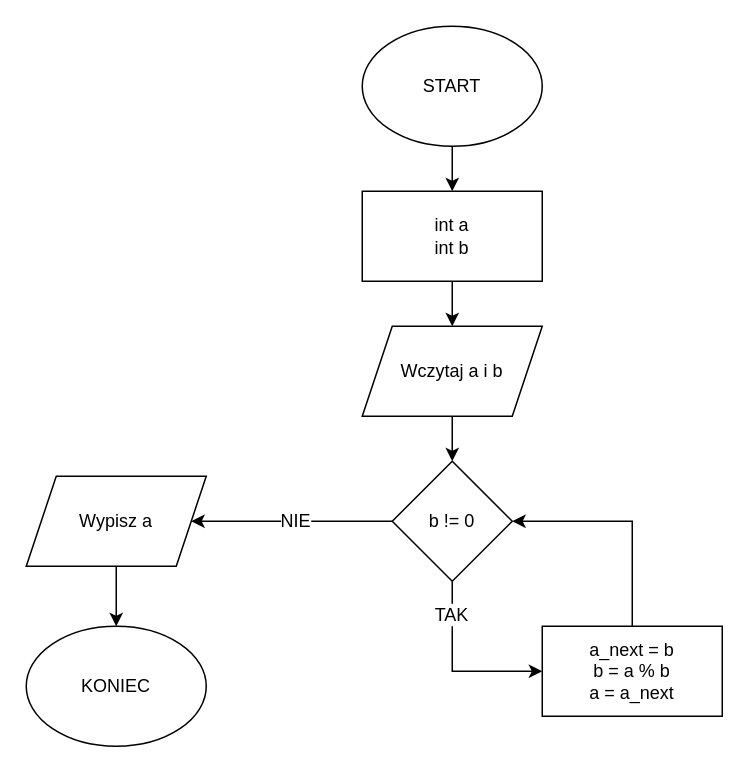
Above: page "zadanie_1_II_iteracja" (1 of 4) of aisd/lab3.drawio.xml in xparadoxical/wsiz (draw.io), before the change. Source tidied: cells renumbered, new cells numbered last; positions are measured from the earlier drawing's top-left corner, leaving out a move shared by most shapes. Both pictures are drawn from the tidied source at 150%, with x=0, y=0 at pixel (26, 26).
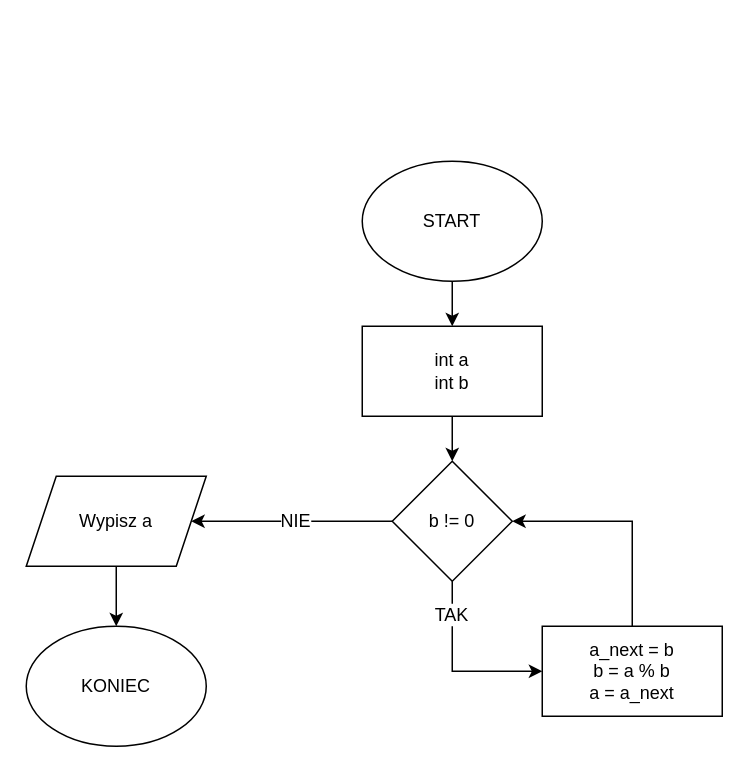
The same diagram, later.

What changed in the source:
```diff
@@
 <mxGraphModel>
   <root>
     <mxCell id="0" />
     <mxCell id="1" parent="0" />
     <mxCell id="2" style="edgeStyle=orthogonalEdgeStyle;rounded=0;jettySize=auto;html=1;" parent="1" edge="1" source="3" target="7">
       <mxGeometry relative="1" as="geometry" />
     </mxCell>
     <mxCell id="3" value="START" style="ellipse;whiteSpace=wrap;html=1;" parent="1" vertex="1">
-      <mxGeometry x="224" width="120" height="80" as="geometry" />
+      <mxGeometry x="224" y="90" width="120" height="80" as="geometry" />
     </mxCell>
     <mxCell id="4" style="edgeStyle=orthogonalEdgeStyle;rounded=0;jettySize=auto;html=1;" parent="1" edge="1" source="5" target="17">
       <mxGeometry relative="1" as="geometry" />
     </mxCell>
     <mxCell id="5" value="Wypisz a" style="shape=parallelogram;perimeter=parallelogramPerimeter;whiteSpace=wrap;html=1;fixedSize=1;" parent="1" vertex="1">
       <mxGeometry y="300" width="120" height="60" as="geometry" />
     </mxCell>
-    <mxCell id="6" style="edgeStyle=orthogonalEdgeStyle;rounded=0;jettySize=auto;html=1;" parent="1" edge="1" source="7" target="9">
+    <mxCell id="6" style="edgeStyle=orthogonalEdgeStyle;rounded=0;jettySize=auto;html=1;entryX=0.5;entryY=0;entryDx=0;entryDy=0;" parent="1" edge="1" source="7" target="12">
       <mxGeometry relative="1" as="geometry" />
     </mxCell>
     <mxCell id="7" value="int a&lt;br&gt;int b" style="rounded=0;whiteSpace=wrap;html=1;" parent="1" vertex="1">
-      <mxGeometry x="224" y="110" width="120" height="60" as="geometry" />
+      <mxGeometry x="224" y="200" width="120" height="60" as="geometry" />
     </mxCell>
-    <mxCell id="8" style="edgeStyle=orthogonalEdgeStyle;rounded=0;jettySize=auto;html=1;" parent="1" edge="1" source="9" target="12">
-      <mxGeometry relative="1" as="geometry" />
-    </mxCell>
-    <mxCell id="9" value="Wczytaj a i b" style="shape=parallelogram;perimeter=parallelogramPerimeter;whiteSpace=wrap;html=1;fixedSize=1;" parent="1" vertex="1">
-      <mxGeometry x="224" y="200" width="120" height="60" as="geometry" />
-    </mxCell>
     <mxCell id="10" style="edgeStyle=orthogonalEdgeStyle;rounded=0;jettySize=auto;html=1;exitX=0.5;exitY=1;exitDx=0;exitDy=0;entryX=0;entryY=0.5;entryDx=0;entryDy=0;startArrow=none;" parent="1" edge="1" source="16" target="14">
       <mxGeometry relative="1" as="geometry" />
     </mxCell>
     <mxCell id="11" style="edgeStyle=orthogonalEdgeStyle;rounded=0;jettySize=auto;html=1;exitX=0;exitY=0.5;exitDx=0;exitDy=0;entryX=1;entryY=0.5;entryDx=0;entryDy=0;startArrow=none;" parent="1" edge="1" source="19" target="5">
       <mxGeometry relative="1" as="geometry" />
     </mxCell>
     <mxCell id="12" value="b != 0" style="rhombus;whiteSpace=wrap;html=1;" parent="1" vertex="1">
       <mxGeometry x="244" y="290" width="80" height="80" as="geometry" />
     </mxCell>
     <mxCell id="13" style="edgeStyle=orthogonalEdgeStyle;rounded=0;jettySize=auto;html=1;exitX=0.5;exitY=0;exitDx=0;exitDy=0;entryX=1;entryY=0.5;entryDx=0;entryDy=0;" parent="1" edge="1" source="14" target="12">
       <mxGeometry relative="1" as="geometry" />
     </mxCell>
     <mxCell id="14" value="a_next = b&lt;br&gt;b = a % b&lt;br&gt;a = a_next" style="rounded=0;whiteSpace=wrap;html=1;" parent="1" vertex="1">
       <mxGeometry x="344" y="400" width="120" height="60" as="geometry" />
     </mxCell>
     <mxCell id="15" style="edgeStyle=orthogonalEdgeStyle;rounded=0;jettySize=auto;html=1;exitX=0.5;exitY=1;exitDx=0;exitDy=0;entryX=0.5;entryY=0;entryDx=0;entryDy=0;endArrow=none;" parent="1" edge="1" source="12" target="16">
       <mxGeometry relative="1" as="geometry" />
     </mxCell>
     <mxCell id="16" value="TAK" style="text;html=1;strokeColor=none;fillColor=none;align=center;verticalAlign=middle;whiteSpace=wrap;rounded=0;" parent="1" vertex="1">
       <mxGeometry x="272" y="385" width="24" height="15" as="geometry" />
     </mxCell>
     <mxCell id="17" value="KONIEC" style="ellipse;whiteSpace=wrap;html=1;" parent="1" vertex="1">
       <mxGeometry y="400" width="120" height="80" as="geometry" />
     </mxCell>
     <mxCell id="18" style="edgeStyle=orthogonalEdgeStyle;rounded=0;jettySize=auto;html=1;exitX=0;exitY=0.5;exitDx=0;exitDy=0;entryX=1;entryY=0.5;entryDx=0;entryDy=0;endArrow=none;" parent="1" edge="1" source="12" target="19">
       <mxGeometry relative="1" as="geometry" />
     </mxCell>
     <mxCell id="19" value="NIE" style="text;html=1;strokeColor=none;fillColor=none;align=center;verticalAlign=middle;whiteSpace=wrap;rounded=0;" parent="1" vertex="1">
       <mxGeometry x="170" y="322.5" width="20" height="15" as="geometry" />
     </mxCell>
   </root>
 </mxGraphModel>
```
